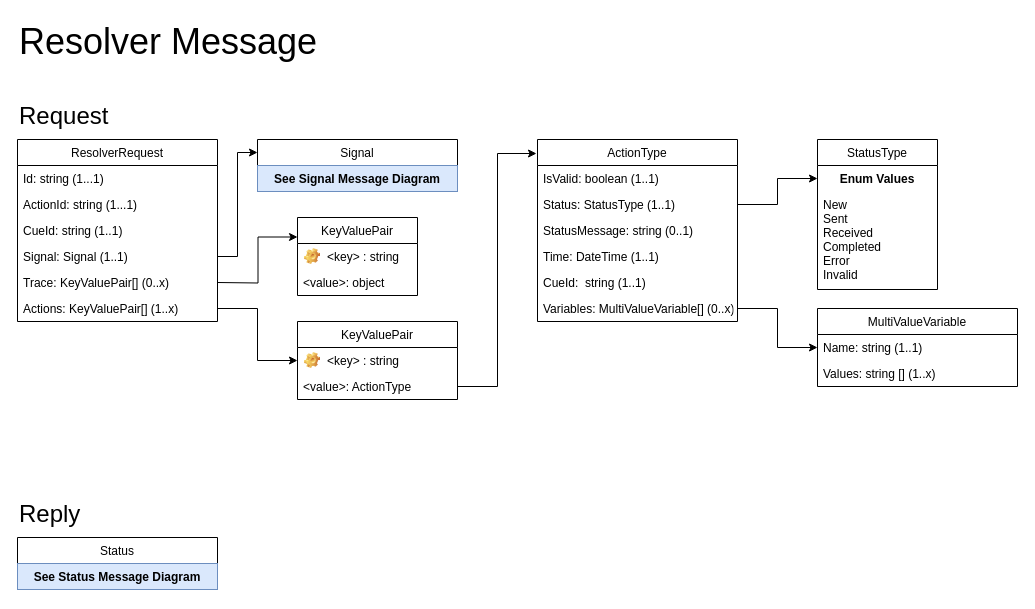
The draw.io diagram docs/resources/draw.io/ClassDiagram-ResolverMessage.drawio in SynapseProject/syntinel.docs, before the edit. Source tidied: cells renumbered, new cells numbered last; positions are measured from the earlier drawing's top-left corner, leaving out a move shared by most shapes. Both pictures are drawn from the tidied source at 100%, with x=0, y=0 at pixel (17, 17).
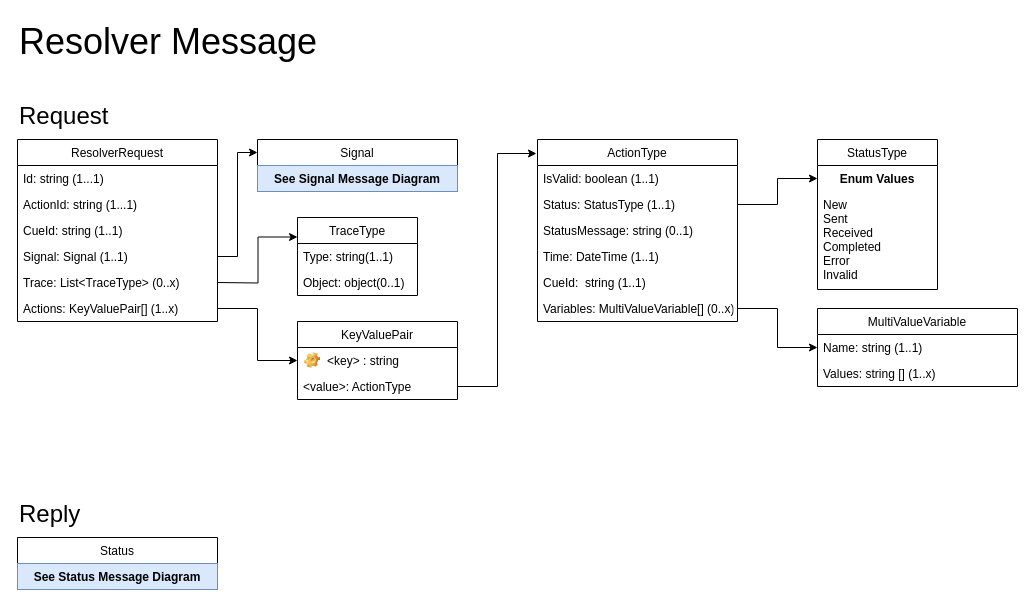
After the change.

Commit message (it also covers changes not shown here):
Update Trace in Signal DB Record and ResolverRequest to be a list.

The change refers to these unchanged cells:
```xml
<mxCell id="2" value="ResolverRequest" style="swimlane;fontStyle=0;horizontal=1;startSize=26;fillColor=none;" parent="1" vertex="1">
  <mxGeometry y="122" width="200" height="182" as="geometry" />
</mxCell>
```

Diff of the diagram source:
```diff
@@
-    <mxCell id="7" value="Trace: KeyValuePair[] (0..x)" style="text;strokeColor=none;fillColor=none;align=left;verticalAlign=top;spacingLeft=4;spacingRight=4;overflow=hidden;" parent="2" vertex="1">
+    <mxCell id="7" value="Trace: List&lt;TraceType&gt; (0..x)" style="text;strokeColor=none;fillColor=none;align=left;verticalAlign=top;spacingLeft=4;spacingRight=4;overflow=hidden;" parent="2" vertex="1">
       <mxGeometry y="130" width="200" height="26" as="geometry" />
     </mxCell>
@@
-    <mxCell id="19" value="KeyValuePair" style="swimlane;fontStyle=0;horizontal=1;startSize=26;fillColor=none;" parent="1" vertex="1">
+    <mxCell id="19" value="TraceType" style="swimlane;fontStyle=0;horizontal=1;startSize=26;fillColor=none;" parent="1" vertex="1">
       <mxGeometry x="280" y="200" width="120" height="78" as="geometry" />
     </mxCell>
-    <mxCell id="20" value="&lt;key&gt; : string" style="label;fontStyle=0;strokeColor=none;fillColor=none;align=left;verticalAlign=top;overflow=hidden;spacingLeft=28;spacingRight=4;imageWidth=16;imageHeight=16;image=img/clipart/Gear_128x128.png;" parent="19" vertex="1">
-      <mxGeometry y="26" width="120" height="26" as="geometry" />
-    </mxCell>
+    <mxCell id="41" value="Type: string(1..1)" style="text;strokeColor=none;fillColor=none;align=left;verticalAlign=top;spacingLeft=4;spacingRight=4;overflow=hidden;" parent="19" vertex="1">
+      <mxGeometry y="26" width="120" height="26" as="geometry" />
+    </mxCell>
-    <mxCell id="21" value="&lt;value&gt;: object" style="text;strokeColor=none;fillColor=none;align=left;verticalAlign=top;spacingLeft=4;spacingRight=4;overflow=hidden;" parent="19" vertex="1">
+    <mxCell id="21" value="Object: object(0..1)" style="text;strokeColor=none;fillColor=none;align=left;verticalAlign=top;spacingLeft=4;spacingRight=4;overflow=hidden;" parent="19" vertex="1">
       <mxGeometry y="52" width="120" height="26" as="geometry" />
     </mxCell>
```
